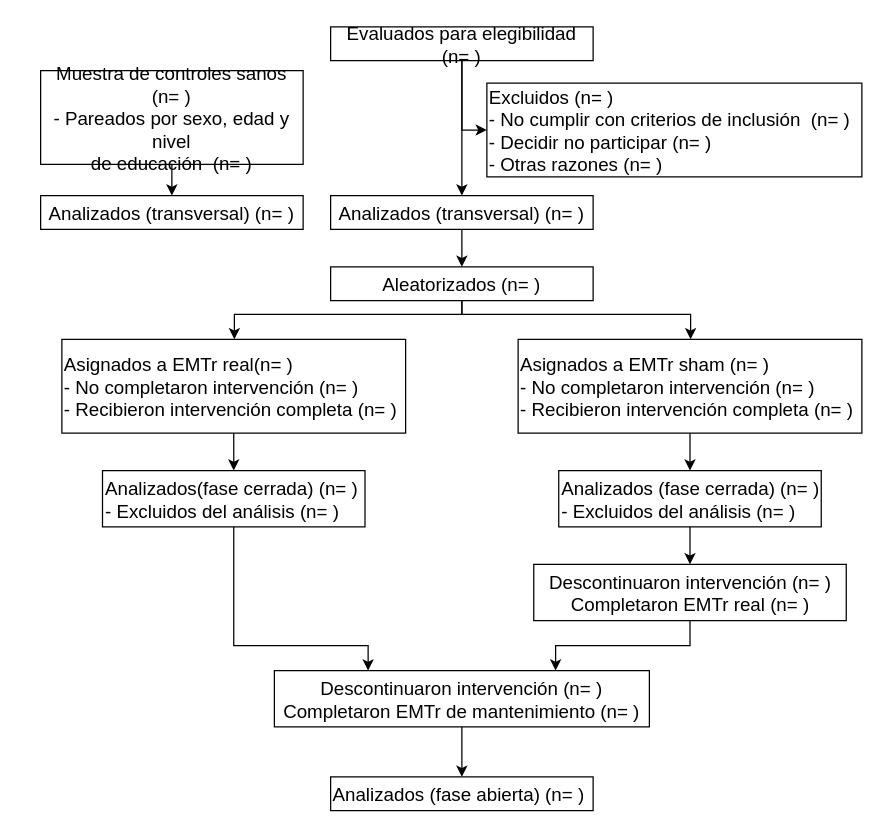
soffiafdz/TesisINB keeps this draw.io diagram as Figures/participantFlow.drawio. Above is the earlier version. Source tidied: cells renumbered, new cells numbered last; positions are measured from the earlier drawing's top-left corner, leaving out a move shared by most shapes. Both pictures are drawn from the tidied source at 125%, with x=0, y=0 at pixel (40, 26).
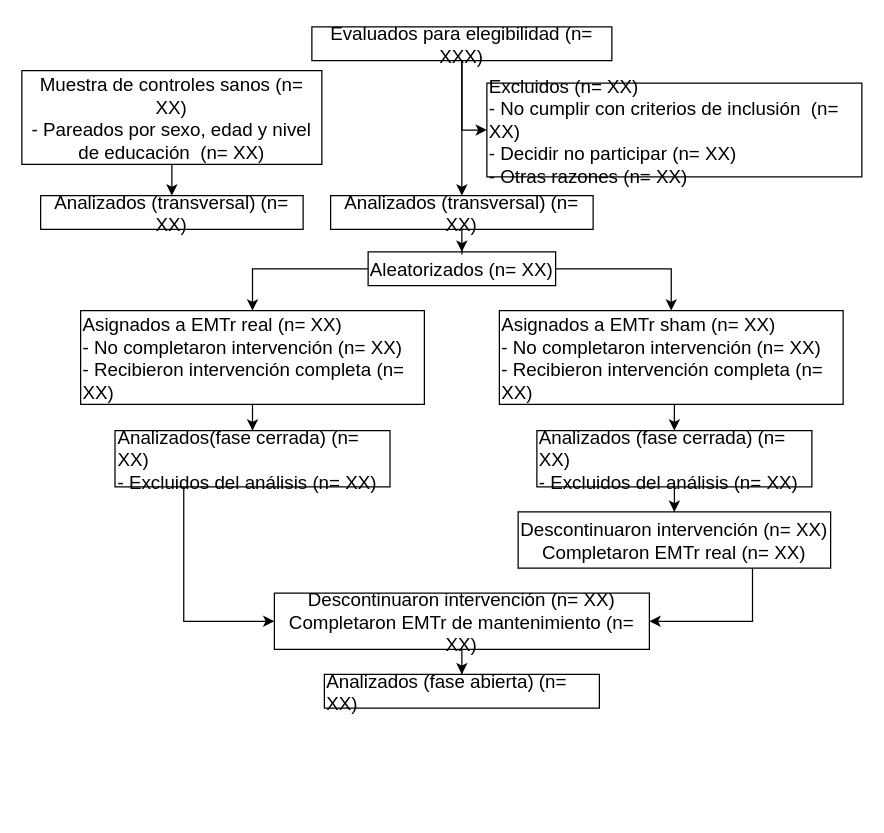
The same diagram, later.

Diff of the diagram source:
```diff
@@
-    <mxCell id="2" value="&lt;font style=&quot;font-size: 15px&quot;&gt;Evaluados para elegibilidad (n= )&lt;/font&gt;" style="rounded=0;whiteSpace=wrap;html=1;rotation=0;" parent="1" vertex="1">
-      <mxGeometry x="232" width="210" height="27" as="geometry" />
+    <mxCell id="2" value="&lt;font style=&quot;font-size: 15px&quot;&gt;Evaluados para elegibilidad (n= XXX)&lt;/font&gt;" style="rounded=0;whiteSpace=wrap;html=1;rotation=0;" parent="1" vertex="1">
+      <mxGeometry x="217" width="240" height="27" as="geometry" />
     </mxCell>
-    <mxCell id="3" value="&lt;div style=&quot;font-size: 15px&quot; align=&quot;left&quot;&gt;&lt;font style=&quot;font-size: 15px&quot;&gt;Excluidos (n= )&lt;br&gt;- No cumplir con criterios de inclusión&amp;nbsp; (n= )&lt;br&gt;- Decidir no participar (n= )&lt;br&gt;- Otras razones (n= )&lt;/font&gt;&lt;/div&gt;" style="rounded=0;whiteSpace=wrap;html=1;align=left;rotation=0;" parent="1" vertex="1" collapsed="1">
+    <mxCell id="3" value="&lt;div style=&quot;font-size: 15px&quot; align=&quot;left&quot;&gt;&lt;font style=&quot;font-size: 15px&quot;&gt;Excluidos (n= XX)&lt;br&gt;- No cumplir con criterios de inclusión&amp;nbsp; (n= XX)&lt;br&gt;- Decidir no participar (n= XX)&lt;br&gt;- Otras razones (n= XX)&lt;/font&gt;&lt;/div&gt;" style="rounded=0;whiteSpace=wrap;html=1;align=left;rotation=0;" parent="1" vertex="1" collapsed="1">
       <mxGeometry x="357" y="45" width="300" height="75" as="geometry" />
     </mxCell>
@@
+    <mxCell id="6" style="edgeStyle=orthogonalEdgeStyle;rounded=0;jettySize=auto;html=1;exitX=1;exitY=0.5;exitDx=0;exitDy=0;" parent="1" edge="1" source="7" target="12">
+      <mxGeometry relative="1" as="geometry" />
+    </mxCell>
-    <mxCell id="5" style="edgeStyle=orthogonalEdgeStyle;rounded=0;jettySize=auto;html=1;" parent="1" edge="1" source="7" target="10">
-      <mxGeometry relative="1" as="geometry">
-        <Array as="points">
-          <mxPoint x="337" y="230" />
-          <mxPoint x="155" y="230" />
-        </Array>
-      </mxGeometry>
+    <mxCell id="5" style="edgeStyle=orthogonalEdgeStyle;rounded=0;jettySize=auto;html=1;exitX=0;exitY=0.5;exitDx=0;exitDy=0;entryX=0.5;entryY=0;entryDx=0;entryDy=0;" parent="1" edge="1" source="7" target="10">
+      <mxGeometry relative="1" as="geometry" />
     </mxCell>
-    <mxCell id="6" style="edgeStyle=orthogonalEdgeStyle;rounded=0;jettySize=auto;html=1;exitX=0.5;exitY=1;exitDx=0;exitDy=0;" parent="1" edge="1" source="7" target="12">
-      <mxGeometry relative="1" as="geometry">
-        <Array as="points">
-          <mxPoint x="337" y="230" />
-          <mxPoint x="520" y="230" />
-        </Array>
-      </mxGeometry>
-    </mxCell>
-    <mxCell id="7" value="&lt;font style=&quot;font-size: 15px&quot;&gt;Aleatorizados (n= )&lt;/font&gt;" style="rounded=0;whiteSpace=wrap;html=1;rotation=0;" parent="1" vertex="1">
-      <mxGeometry x="232" y="192" width="210" height="27" as="geometry" />
+    <mxCell id="7" value="&lt;font style=&quot;font-size: 15px&quot;&gt;Aleatorizados (n= XX)&lt;/font&gt;" style="rounded=0;whiteSpace=wrap;html=1;rotation=0;" parent="1" vertex="1">
+      <mxGeometry x="262" y="180" width="150" height="27" as="geometry" />
     </mxCell>
@@
-    <mxCell id="9" style="edgeStyle=orthogonalEdgeStyle;rounded=0;jettySize=auto;html=1;entryX=0.5;entryY=0;entryDx=0;entryDy=0;" parent="1" edge="1" source="10" target="23">
+    <mxCell id="9" style="edgeStyle=orthogonalEdgeStyle;rounded=0;jettySize=auto;html=1;" parent="1" edge="1" source="10" target="23">
       <mxGeometry relative="1" as="geometry" />
     </mxCell>
-    <mxCell id="10" value="&lt;div style=&quot;font-size: 15px&quot; align=&quot;left&quot;&gt;&lt;font style=&quot;font-size: 15px&quot;&gt;Asignados a EMTr real(n= )&lt;br&gt;- No completaron intervención  (n= )&lt;br&gt;- Recibieron intervención completa (n= )&lt;br&gt;&lt;/font&gt;&lt;/div&gt;" style="rounded=0;whiteSpace=wrap;html=1;align=left;rotation=0;" parent="1" vertex="1">
-      <mxGeometry x="17" y="250" width="275" height="75" as="geometry" />
+    <mxCell id="10" value="&lt;div style=&quot;font-size: 15px&quot; align=&quot;left&quot;&gt;&lt;font style=&quot;font-size: 15px&quot;&gt;Asignados a EMTr real (n= XX)&lt;br&gt;- No completaron intervención  (n= XX)&lt;br&gt;- Recibieron intervención completa (n= XX)&lt;br&gt;&lt;/font&gt;&lt;/div&gt;" style="rounded=0;whiteSpace=wrap;html=1;align=left;rotation=0;" parent="1" vertex="1">
+      <mxGeometry x="32" y="227" width="275" height="75" as="geometry" />
     </mxCell>
-    <mxCell id="11" style="edgeStyle=orthogonalEdgeStyle;rounded=0;jettySize=auto;html=1;entryX=0.5;entryY=0;entryDx=0;entryDy=0;" parent="1" edge="1" source="12" target="14">
+    <mxCell id="11" style="edgeStyle=orthogonalEdgeStyle;rounded=0;jettySize=auto;html=1;exitX=0.5;exitY=1;exitDx=0;exitDy=0;entryX=0.5;entryY=0;entryDx=0;entryDy=0;" parent="1" edge="1" source="12" target="14">
       <mxGeometry relative="1" as="geometry" />
     </mxCell>
-    <mxCell id="12" value="&lt;font style=&quot;font-size: 15px&quot;&gt;Asignados a EMTr sham (n= )&lt;br&gt;&lt;/font&gt;&lt;div style=&quot;font-size: 15px&quot; align=&quot;left&quot;&gt;&lt;font style=&quot;font-size: 15px&quot;&gt;- No completaron intervención (n= )&lt;br&gt;- Recibieron intervención completa (n= )&lt;br&gt;&lt;/font&gt;&lt;/div&gt;" style="rounded=0;whiteSpace=wrap;html=1;align=left;rotation=0;" parent="1" vertex="1">
-      <mxGeometry x="382" y="250" width="275" height="75" as="geometry" />
+    <mxCell id="12" value="&lt;font style=&quot;font-size: 15px&quot;&gt;Asignados a EMTr sham (n= XX)&lt;br&gt;&lt;/font&gt;&lt;div style=&quot;font-size: 15px&quot; align=&quot;left&quot;&gt;&lt;font style=&quot;font-size: 15px&quot;&gt;- No completaron intervención (n= XX)&lt;br&gt;- Recibieron intervención completa (n= XX)&lt;br&gt;&lt;/font&gt;&lt;/div&gt;" style="rounded=0;whiteSpace=wrap;html=1;align=left;rotation=0;" parent="1" vertex="1">
+      <mxGeometry x="367" y="227" width="275" height="75" as="geometry" />
     </mxCell>
@@
-    <mxCell id="14" value="&lt;div style=&quot;font-size: 15px&quot; align=&quot;left&quot;&gt;&lt;font style=&quot;font-size: 15px&quot;&gt;Analizados (fase cerrada) (n= )&lt;/font&gt;&lt;/div&gt;&lt;div style=&quot;font-size: 15px&quot; align=&quot;left&quot;&gt;&lt;font style=&quot;font-size: 15px&quot;&gt;- Excluidos del análisis (n= )&lt;br&gt;&lt;/font&gt;&lt;/div&gt;" style="rounded=0;whiteSpace=wrap;html=1;align=left;rotation=0;" parent="1" vertex="1">
-      <mxGeometry x="414.5" y="355" width="210" height="45" as="geometry" />
+    <mxCell id="14" value="&lt;div style=&quot;font-size: 15px&quot; align=&quot;left&quot;&gt;&lt;font style=&quot;font-size: 15px&quot;&gt;Analizados (fase cerrada) (n= XX)&lt;/font&gt;&lt;/div&gt;&lt;div style=&quot;font-size: 15px&quot; align=&quot;left&quot;&gt;&lt;font style=&quot;font-size: 15px&quot;&gt;- Excluidos del análisis (n= XX)&lt;br&gt;&lt;/font&gt;&lt;/div&gt;" style="rounded=0;whiteSpace=wrap;html=1;align=left;rotation=0;" parent="1" vertex="1">
+      <mxGeometry x="397" y="323" width="220" height="45" as="geometry" />
     </mxCell>
-    <mxCell id="15" style="edgeStyle=orthogonalEdgeStyle;rounded=0;jettySize=auto;html=1;entryX=0.75;entryY=0;entryDx=0;entryDy=0;" parent="1" edge="1" source="16" target="25">
-      <mxGeometry relative="1" as="geometry">
-        <Array as="points">
-          <mxPoint x="520" y="495" />
-          <mxPoint x="412" y="495" />
-        </Array>
-      </mxGeometry>
+    <mxCell id="15" style="edgeStyle=orthogonalEdgeStyle;rounded=0;jettySize=auto;html=1;exitX=0.75;exitY=1;exitDx=0;exitDy=0;entryX=1;entryY=0.5;entryDx=0;entryDy=0;" parent="1" edge="1" source="16" target="25">
+      <mxGeometry relative="1" as="geometry" />
     </mxCell>
-    <mxCell id="16" value="&lt;div style=&quot;font-size: 15px&quot; align=&quot;center&quot;&gt;&lt;font style=&quot;font-size: 15px&quot;&gt;Descontinuaron intervención (n= )&lt;/font&gt;&lt;/div&gt;&lt;div style=&quot;font-size: 15px&quot; align=&quot;center&quot;&gt;&lt;font style=&quot;font-size: 15px&quot;&gt;Completaron EMTr real (n= )&lt;br&gt;&lt;/font&gt;&lt;/div&gt;" style="rounded=0;whiteSpace=wrap;html=1;align=center;rotation=0;" parent="1" vertex="1">
-      <mxGeometry x="394.5" y="430" width="250" height="45" as="geometry" />
+    <mxCell id="16" value="&lt;div style=&quot;font-size: 15px&quot; align=&quot;center&quot;&gt;&lt;font style=&quot;font-size: 15px&quot;&gt;Descontinuaron intervención (n= XX)&lt;/font&gt;&lt;/div&gt;&lt;div style=&quot;font-size: 15px&quot; align=&quot;center&quot;&gt;&lt;font style=&quot;font-size: 15px&quot;&gt;Completaron EMTr real (n= XX)&lt;br&gt;&lt;/font&gt;&lt;/div&gt;" style="rounded=0;whiteSpace=wrap;html=1;align=center;rotation=0;" parent="1" vertex="1">
+      <mxGeometry x="382" y="388" width="250" height="45" as="geometry" />
     </mxCell>
@@
-    <mxCell id="18" value="&lt;font style=&quot;font-size: 15px&quot;&gt;Muestra de controles sanos (n= )&lt;br&gt;&lt;/font&gt;&lt;div style=&quot;font-size: 15px&quot; align=&quot;center&quot;&gt;&lt;font style=&quot;font-size: 15px&quot;&gt;- Pareados por sexo, edad y nivel&lt;br&gt;de educación&amp;nbsp; (n= )&lt;br&gt;&lt;/font&gt;&lt;/div&gt;" style="rounded=0;whiteSpace=wrap;html=1;align=center;rotation=0;" parent="1" vertex="1">
-      <mxGeometry y="35" width="210" height="75" as="geometry" />
+    <mxCell id="18" value="&lt;font style=&quot;font-size: 15px&quot;&gt;Muestra de controles sanos (n= XX)&lt;br&gt;&lt;/font&gt;&lt;div style=&quot;font-size: 15px&quot; align=&quot;center&quot;&gt;&lt;font style=&quot;font-size: 15px&quot;&gt;- Pareados por sexo, edad y nivel&lt;br&gt;de educación&amp;nbsp; (n= XX)&lt;br&gt;&lt;/font&gt;&lt;/div&gt;" style="rounded=0;whiteSpace=wrap;html=1;align=center;rotation=0;" parent="1" vertex="1">
+      <mxGeometry x="-15" y="35" width="240" height="75" as="geometry" />
     </mxCell>
-    <mxCell id="19" value="&lt;div style=&quot;font-size: 15px&quot; align=&quot;center&quot;&gt;&lt;font style=&quot;font-size: 15px&quot;&gt;Analizados (transversal) (n= )&lt;br&gt;&lt;/font&gt;&lt;/div&gt;" style="rounded=0;whiteSpace=wrap;html=1;align=center;rotation=0;" parent="1" vertex="1">
+    <mxCell id="19" value="&lt;div style=&quot;font-size: 15px&quot; align=&quot;center&quot;&gt;&lt;font style=&quot;font-size: 15px&quot;&gt;Analizados (transversal) (n= XX)&lt;br&gt;&lt;/font&gt;&lt;/div&gt;" style="rounded=0;whiteSpace=wrap;html=1;align=center;rotation=0;" parent="1" vertex="1">
       <mxGeometry y="135" width="210" height="27" as="geometry" />
     </mxCell>
@@
-    <mxCell id="21" value="&lt;font style=&quot;font-size: 15px&quot;&gt;Analizados (transversal) (n= )&lt;/font&gt;" style="rounded=0;whiteSpace=wrap;html=1;rotation=0;" parent="1" vertex="1">
+    <mxCell id="21" value="&lt;font style=&quot;font-size: 15px&quot;&gt;Analizados (transversal) (n= XX)&lt;/font&gt;" style="rounded=0;whiteSpace=wrap;html=1;rotation=0;" parent="1" vertex="1">
       <mxGeometry x="232" y="135" width="210" height="27" as="geometry" />
     </mxCell>
-    <mxCell id="22" style="edgeStyle=orthogonalEdgeStyle;rounded=0;jettySize=auto;html=1;entryX=0.25;entryY=0;entryDx=0;entryDy=0;" parent="1" edge="1" source="23" target="25">
-      <mxGeometry relative="1" as="geometry">
-        <Array as="points">
-          <mxPoint x="155" y="495" />
-          <mxPoint x="262" y="495" />
-        </Array>
-      </mxGeometry>
+    <mxCell id="22" style="edgeStyle=orthogonalEdgeStyle;rounded=0;jettySize=auto;html=1;exitX=0.25;exitY=1;exitDx=0;exitDy=0;entryX=0;entryY=0.5;entryDx=0;entryDy=0;" parent="1" edge="1" source="23" target="25">
+      <mxGeometry relative="1" as="geometry" />
     </mxCell>
-    <mxCell id="23" value="&lt;div style=&quot;font-size: 15px&quot; align=&quot;left&quot;&gt;&lt;font style=&quot;font-size: 15px&quot;&gt;Analizados(fase cerrada) (n= )&lt;/font&gt;&lt;/div&gt;&lt;div style=&quot;font-size: 15px&quot; align=&quot;left&quot;&gt;&lt;font style=&quot;font-size: 15px&quot;&gt;- Excluidos del análisis (n= )&lt;br&gt;&lt;/font&gt;&lt;/div&gt;" style="rounded=0;whiteSpace=wrap;html=1;align=left;rotation=0;" parent="1" vertex="1">
-      <mxGeometry x="49.5" y="355" width="210" height="45" as="geometry" />
+    <mxCell id="23" value="&lt;div style=&quot;font-size: 15px&quot; align=&quot;left&quot;&gt;&lt;font style=&quot;font-size: 15px&quot;&gt;Analizados(fase cerrada) (n= XX)&lt;/font&gt;&lt;/div&gt;&lt;div style=&quot;font-size: 15px&quot; align=&quot;left&quot;&gt;&lt;font style=&quot;font-size: 15px&quot;&gt;- Excluidos del análisis (n= XX)&lt;br&gt;&lt;/font&gt;&lt;/div&gt;" style="rounded=0;whiteSpace=wrap;html=1;align=left;rotation=0;" parent="1" vertex="1">
+      <mxGeometry x="59.5" y="323" width="220" height="45" as="geometry" />
     </mxCell>
@@
-    <mxCell id="25" value="&lt;font style=&quot;font-size: 15px&quot;&gt;Descontinuaron intervención (n= )&lt;/font&gt;&lt;div style=&quot;font-size: 15px&quot; align=&quot;center&quot;&gt;&lt;font style=&quot;font-size: 15px&quot;&gt;Completaron EMTr de mantenimiento (n= )&lt;br&gt;&lt;/font&gt;&lt;/div&gt;" style="rounded=0;whiteSpace=wrap;html=1;align=center;rotation=0;" parent="1" vertex="1">
-      <mxGeometry x="187" y="515" width="300" height="45" as="geometry" />
+    <mxCell id="25" value="&lt;font style=&quot;font-size: 15px&quot;&gt;Descontinuaron intervención (n= XX)&lt;/font&gt;&lt;div style=&quot;font-size: 15px&quot; align=&quot;center&quot;&gt;&lt;font style=&quot;font-size: 15px&quot;&gt;Completaron EMTr de mantenimiento (n= XX)&lt;br&gt;&lt;/font&gt;&lt;/div&gt;" style="rounded=0;whiteSpace=wrap;html=1;align=center;rotation=0;" parent="1" vertex="1">
+      <mxGeometry x="187" y="453" width="300" height="45" as="geometry" />
     </mxCell>
-    <mxCell id="26" value="&lt;font style=&quot;font-size: 15px&quot;&gt;Analizados (fase abierta) (n= )&lt;/font&gt;" style="rounded=0;whiteSpace=wrap;html=1;align=left;rotation=0;" parent="1" vertex="1">
-      <mxGeometry x="232" y="600" width="210" height="27" as="geometry" />
+    <mxCell id="26" value="&lt;font style=&quot;font-size: 15px&quot;&gt;Analizados (fase abierta) (n= XX)&lt;/font&gt;" style="rounded=0;whiteSpace=wrap;html=1;align=left;rotation=0;" parent="1" vertex="1">
+      <mxGeometry x="227" y="518" width="220" height="27" as="geometry" />
     </mxCell>
```
